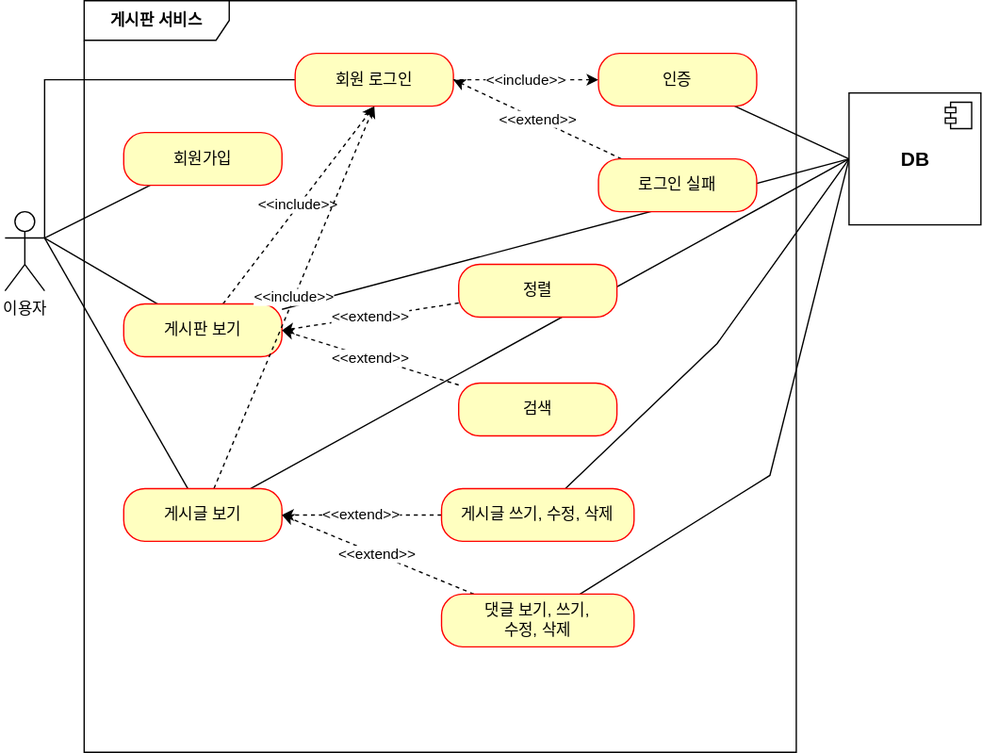
k1064190/fastcampus-project-board keeps this draw.io diagram as document/usecase diagram.drawio.svg. Above is the earlier version. Source tidied: cells renumbered, new cells last; positions are measured from the earlier drawing's top-left corner, leaving out a move shared by most shapes.
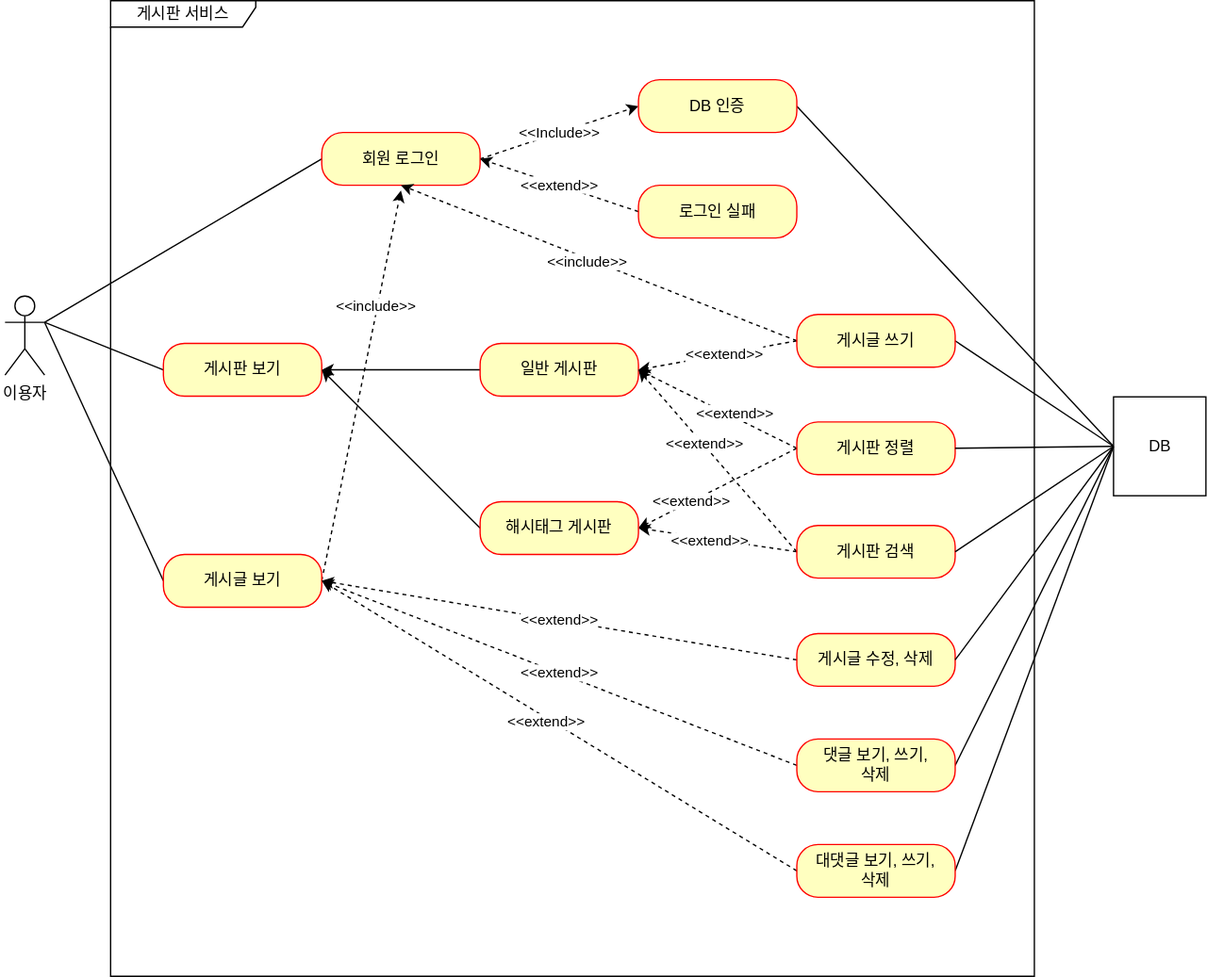
The same file after the commit.

What changed in the source:
```diff
@@ -2,110 +2,165 @@
   <root>
     <mxCell id="0" />
     <mxCell id="1" parent="0" />
-    <mxCell id="2" value="이용자" style="shape=umlActor;verticalLabelPosition=bottom;verticalAlign=top;html=1;outlineConnect=0;" parent="1" vertex="1">
-      <mxGeometry y="160" width="30" height="60" as="geometry" />
+    <mxCell id="2" value="이용자" style="shape=umlActor;verticalLabelPosition=bottom;verticalAlign=top;html=1;" parent="1" vertex="1">
+      <mxGeometry x="-30" y="394" width="30" height="60" as="geometry" />
     </mxCell>
-    <mxCell id="3" value="게시판 서비스" style="shape=umlFrame;whiteSpace=wrap;html=1;width=110;height=30;fontStyle=1;" parent="1" vertex="1">
-      <mxGeometry x="60" width="540" height="570" as="geometry" />
+    <mxCell id="3" value="게시판 서비스" style="shape=umlFrame;whiteSpace=wrap;html=1;width=110;height=20;" parent="1" vertex="1">
+      <mxGeometry x="50" y="170" width="700" height="740" as="geometry" />
     </mxCell>
-    <mxCell id="4" style="rounded=0;jettySize=auto;html=1;entryX=1;entryY=0.3333333333333333;entryDx=0;entryDy=0;entryPerimeter=0;endArrow=none;endFill=0;" parent="1" edge="1" source="5" target="2">
-      <mxGeometry relative="1" as="geometry" />
-    </mxCell>
-    <mxCell id="5" value="회원가입" style="rounded=1;whiteSpace=wrap;html=1;arcSize=40;fontColor=#000000;fillColor=#ffffc0;strokeColor=#ff0000;" parent="1" vertex="1">
-      <mxGeometry x="90" y="100" width="120" height="40" as="geometry" />
-    </mxCell>
+    <mxCell id="33" style="rounded=0;jettySize=auto;html=1;exitX=0;exitY=0.5;exitDx=0;exitDy=0;entryX=1;entryY=0.5;entryDx=0;entryDy=0;" parent="1" edge="1" source="34" target="9">
+      <mxGeometry relative="1" as="geometry" />
+    </mxCell>
+    <mxCell id="34" value="일반 게시판" style="rounded=1;whiteSpace=wrap;html=1;arcSize=40;fontColor=#000000;fillColor=#ffffc0;strokeColor=#ff0000;" parent="1" vertex="1">
+      <mxGeometry x="330" y="430" width="120" height="40" as="geometry" />
+    </mxCell>
-    <mxCell id="6" style="edgeStyle=none;rounded=0;jettySize=auto;html=1;endArrow=none;endFill=0;entryX=1;entryY=0.3333333333333333;entryDx=0;entryDy=0;entryPerimeter=0;" parent="1" edge="1" source="9" target="2">
+    <mxCell id="6" style="edgeStyle=none;rounded=0;jettySize=auto;html=1;exitX=0;exitY=0.5;exitDx=0;exitDy=0;entryX=1;entryY=0.3333333333333333;entryDx=0;entryDy=0;entryPerimeter=0;endArrow=none;endFill=0;" parent="1" edge="1" source="9" target="2">
       <mxGeometry relative="1" as="geometry" />
     </mxCell>
-    <mxCell id="7" value="&amp;lt;&amp;lt;include&amp;gt;&amp;gt;" style="edgeStyle=none;rounded=0;jettySize=auto;html=1;entryX=0.5;entryY=1;entryDx=0;entryDy=0;dashed=1;startArrow=none;startFill=0;endArrow=classic;endFill=1;" parent="1" edge="1" source="9" target="15">
-      <mxGeometry relative="1" as="geometry" />
-    </mxCell>
-    <mxCell id="8" style="edgeStyle=none;rounded=0;jettySize=auto;html=1;entryX=0;entryY=0.5;entryDx=0;entryDy=0;fontSize=15;startArrow=none;startFill=0;endArrow=none;endFill=0;" parent="1" edge="1" source="9" target="31">
-      <mxGeometry relative="1" as="geometry" />
-    </mxCell>
     <mxCell id="9" value="게시판 보기" style="rounded=1;whiteSpace=wrap;html=1;arcSize=40;fontColor=#000000;fillColor=#ffffc0;strokeColor=#ff0000;" parent="1" vertex="1">
-      <mxGeometry x="90" y="230" width="120" height="40" as="geometry" />
+      <mxGeometry x="90" y="430" width="120" height="40" as="geometry" />
     </mxCell>
-    <mxCell id="10" style="edgeStyle=none;rounded=0;jettySize=auto;html=1;endArrow=none;endFill=0;entryX=1;entryY=0.3333333333333333;entryDx=0;entryDy=0;entryPerimeter=0;" parent="1" edge="1" source="13" target="2">
-      <mxGeometry relative="1" as="geometry" />
-    </mxCell>
-    <mxCell id="11" value="&amp;lt;&amp;lt;include&amp;gt;&amp;gt;" style="edgeStyle=none;rounded=0;jettySize=auto;html=1;entryX=0.5;entryY=1;entryDx=0;entryDy=0;dashed=1;startArrow=none;startFill=0;endArrow=classic;endFill=1;" parent="1" edge="1" source="13" target="15">
-      <mxGeometry relative="1" as="geometry" />
-    </mxCell>
-    <mxCell id="12" style="edgeStyle=none;rounded=0;jettySize=auto;html=1;entryX=0;entryY=0.5;entryDx=0;entryDy=0;fontSize=15;startArrow=none;startFill=0;endArrow=none;endFill=0;" parent="1" edge="1" source="13" target="31">
-      <mxGeometry relative="1" as="geometry" />
-    </mxCell>
+    <mxCell id="35" style="edgeStyle=none;rounded=0;jettySize=auto;html=1;exitX=0;exitY=0.5;exitDx=0;exitDy=0;endArrow=none;endFill=0;" parent="1" edge="1" source="13">
+      <mxGeometry relative="1" as="geometry">
+        <mxPoint y="414" as="targetPoint" />
+      </mxGeometry>
+    </mxCell>
+    <mxCell id="36" style="edgeStyle=none;rounded=0;jettySize=auto;html=1;exitX=1;exitY=0.5;exitDx=0;exitDy=0;dashed=1;endArrow=classic;endFill=1;" parent="1" edge="1" source="13">
+      <mxGeometry relative="1" as="geometry">
+        <mxPoint x="270" y="314" as="targetPoint" />
+      </mxGeometry>
+    </mxCell>
+    <mxCell id="37" value="&amp;lt;&amp;lt;include&amp;gt;&amp;gt;" style="edgeLabel;html=1;align=center;verticalAlign=middle;" parent="36" vertex="1">
+      <mxGeometry x="0.41" y="2" relative="1" as="geometry" />
+    </mxCell>
     <mxCell id="13" value="게시글 보기" style="rounded=1;whiteSpace=wrap;html=1;arcSize=40;fontColor=#000000;fillColor=#ffffc0;strokeColor=#ff0000;" parent="1" vertex="1">
-      <mxGeometry x="90" y="370" width="120" height="40" as="geometry" />
+      <mxGeometry x="90" y="590" width="120" height="40" as="geometry" />
     </mxCell>
-    <mxCell id="14" style="edgeStyle=orthogonalEdgeStyle;rounded=0;jettySize=auto;html=1;endArrow=none;endFill=0;" parent="1" edge="1" source="15">
-      <mxGeometry relative="1" as="geometry">
-        <mxPoint x="30" y="180" as="targetPoint" />
-      </mxGeometry>
-    </mxCell>
+    <mxCell id="38" style="edgeStyle=none;rounded=0;jettySize=auto;html=1;exitX=0;exitY=0.5;exitDx=0;exitDy=0;endArrow=none;endFill=0;" parent="1" edge="1" source="15">
+      <mxGeometry relative="1" as="geometry">
+        <mxPoint y="414" as="targetPoint" />
+      </mxGeometry>
+    </mxCell>
+    <mxCell id="39" value="&amp;lt;&amp;lt;Include&amp;gt;&amp;gt;" style="rounded=0;jettySize=auto;html=1;exitX=1;exitY=0.5;exitDx=0;exitDy=0;entryX=0;entryY=0.5;entryDx=0;entryDy=0;dashed=1;" parent="1" edge="1" source="15" target="41">
+      <mxGeometry relative="1" as="geometry" />
+    </mxCell>
     <mxCell id="15" value="회원 로그인" style="rounded=1;whiteSpace=wrap;html=1;arcSize=40;fontColor=#000000;fillColor=#ffffc0;strokeColor=#ff0000;" parent="1" vertex="1">
-      <mxGeometry x="220" y="40" width="120" height="40" as="geometry" />
+      <mxGeometry x="210" y="270" width="120" height="40" as="geometry" />
     </mxCell>
-    <mxCell id="16" value="&amp;lt;&amp;lt;include&amp;gt;&amp;gt;" style="rounded=0;jettySize=auto;html=1;entryX=1;entryY=0.5;entryDx=0;entryDy=0;endArrow=none;endFill=0;dashed=1;startArrow=classic;startFill=1;" parent="1" edge="1" source="18" target="15">
-      <mxGeometry relative="1" as="geometry" />
-    </mxCell>
-    <mxCell id="17" style="edgeStyle=none;rounded=0;jettySize=auto;html=1;fontSize=15;startArrow=none;startFill=0;endArrow=none;endFill=0;entryX=0;entryY=0.5;entryDx=0;entryDy=0;" parent="1" edge="1" source="18" target="31">
-      <mxGeometry relative="1" as="geometry" />
-    </mxCell>
-    <mxCell id="18" value="인증" style="rounded=1;whiteSpace=wrap;html=1;arcSize=40;fontColor=#000000;fillColor=#ffffc0;strokeColor=#ff0000;" parent="1" vertex="1">
-      <mxGeometry x="450" y="40" width="120" height="40" as="geometry" />
-    </mxCell>
+    <mxCell id="40" style="edgeStyle=none;rounded=0;jettySize=auto;html=1;exitX=1;exitY=0.5;exitDx=0;exitDy=0;entryX=0;entryY=0.5;entryDx=0;entryDy=0;endArrow=none;endFill=0;" parent="1" edge="1" source="41" target="31">
+      <mxGeometry relative="1" as="geometry" />
+    </mxCell>
+    <mxCell id="41" value="DB 인증" style="rounded=1;whiteSpace=wrap;html=1;arcSize=40;fontColor=#000000;fillColor=#ffffc0;strokeColor=#ff0000;" parent="1" vertex="1">
+      <mxGeometry x="450" y="230" width="120" height="40" as="geometry" />
+    </mxCell>
-    <mxCell id="19" value="&amp;lt;&amp;lt;extend&amp;gt;&amp;gt;" style="edgeStyle=none;rounded=0;jettySize=auto;html=1;entryX=1;entryY=0.5;entryDx=0;entryDy=0;endArrow=classic;endFill=1;dashed=1;" parent="1" edge="1" source="20" target="15">
+    <mxCell id="19" value="&amp;lt;&amp;lt;extend&amp;gt;&amp;gt;" style="edgeStyle=none;rounded=0;jettySize=auto;html=1;exitX=0;exitY=0.5;exitDx=0;exitDy=0;entryX=1;entryY=0.5;entryDx=0;entryDy=0;endArrow=classic;endFill=1;dashed=1;" parent="1" edge="1" source="20" target="15">
       <mxGeometry relative="1" as="geometry" />
     </mxCell>
     <mxCell id="20" value="로그인 실패" style="rounded=1;whiteSpace=wrap;html=1;arcSize=40;fontColor=#000000;fillColor=#ffffc0;strokeColor=#ff0000;" parent="1" vertex="1">
-      <mxGeometry x="450" y="120" width="120" height="40" as="geometry" />
+      <mxGeometry x="450" y="310" width="120" height="40" as="geometry" />
     </mxCell>
-    <mxCell id="21" value="&amp;lt;&amp;lt;extend&amp;gt;&amp;gt;" style="edgeStyle=none;rounded=0;jettySize=auto;html=1;entryX=1;entryY=0.5;entryDx=0;entryDy=0;dashed=1;startArrow=none;startFill=0;endArrow=classic;endFill=1;" parent="1" edge="1" source="22" target="9">
-      <mxGeometry relative="1" as="geometry" />
-    </mxCell>
-    <mxCell id="22" value="정렬" style="rounded=1;whiteSpace=wrap;html=1;arcSize=40;fontColor=#000000;fillColor=#ffffc0;strokeColor=#ff0000;" parent="1" vertex="1">
-      <mxGeometry x="344" y="200" width="120" height="40" as="geometry" />
-    </mxCell>
-    <mxCell id="23" value="&amp;lt;&amp;lt;extend&amp;gt;&amp;gt;" style="edgeStyle=none;rounded=0;jettySize=auto;html=1;entryX=1;entryY=0.5;entryDx=0;entryDy=0;dashed=1;startArrow=none;startFill=0;endArrow=classic;endFill=1;" parent="1" edge="1" source="24" target="9">
-      <mxGeometry relative="1" as="geometry" />
-    </mxCell>
-    <mxCell id="24" value="검색" style="rounded=1;whiteSpace=wrap;html=1;arcSize=40;fontColor=#000000;fillColor=#ffffc0;strokeColor=#ff0000;" parent="1" vertex="1">
-      <mxGeometry x="344" y="290" width="120" height="40" as="geometry" />
-    </mxCell>
-    <mxCell id="25" value="&amp;lt;&amp;lt;extend&amp;gt;&amp;gt;" style="edgeStyle=none;rounded=0;jettySize=auto;html=1;entryX=1;entryY=0.5;entryDx=0;entryDy=0;dashed=1;startArrow=none;startFill=0;endArrow=classic;endFill=1;" parent="1" edge="1" source="27" target="13">
-      <mxGeometry relative="1" as="geometry" />
-    </mxCell>
-    <mxCell id="26" style="edgeStyle=none;rounded=0;jettySize=auto;html=1;entryX=0;entryY=0.5;entryDx=0;entryDy=0;fontSize=15;startArrow=none;startFill=0;endArrow=none;endFill=0;" parent="1" edge="1" source="27" target="31">
-      <mxGeometry relative="1" as="geometry">
-        <Array as="points">
-          <mxPoint x="540" y="260" />
-        </Array>
-      </mxGeometry>
-    </mxCell>
-    <mxCell id="27" value="게시글 쓰기, 수정, 삭제" style="rounded=1;whiteSpace=wrap;html=1;arcSize=40;fontColor=#000000;fillColor=#ffffc0;strokeColor=#ff0000;" parent="1" vertex="1">
-      <mxGeometry x="331" y="370" width="146" height="40" as="geometry" />
-    </mxCell>
-    <mxCell id="28" value="&amp;lt;&amp;lt;extend&amp;gt;&amp;gt;" style="edgeStyle=none;rounded=0;jettySize=auto;html=1;entryX=1;entryY=0.5;entryDx=0;entryDy=0;dashed=1;startArrow=none;startFill=0;endArrow=classic;endFill=1;" parent="1" edge="1" source="30" target="13">
-      <mxGeometry relative="1" as="geometry" />
-    </mxCell>
-    <mxCell id="29" style="edgeStyle=none;rounded=0;jettySize=auto;html=1;entryX=0;entryY=0.5;entryDx=0;entryDy=0;fontSize=15;startArrow=none;startFill=0;endArrow=none;endFill=0;" parent="1" edge="1" source="30" target="31">
-      <mxGeometry relative="1" as="geometry">
-        <Array as="points">
-          <mxPoint x="580" y="360" />
-        </Array>
-      </mxGeometry>
-    </mxCell>
-    <mxCell id="30" value="댓글 보기, 쓰기,&lt;br&gt;수정, 삭제" style="rounded=1;whiteSpace=wrap;html=1;arcSize=40;fontColor=#000000;fillColor=#ffffc0;strokeColor=#ff0000;" parent="1" vertex="1">
-      <mxGeometry x="331" y="450" width="146" height="40" as="geometry" />
-    </mxCell>
+    <mxCell id="42" style="edgeStyle=none;rounded=0;jettySize=auto;html=1;exitX=0;exitY=0.5;exitDx=0;exitDy=0;entryX=1;entryY=0.5;entryDx=0;entryDy=0;dashed=1;endArrow=classic;endFill=1;" parent="1" edge="1" source="46" target="34">
+      <mxGeometry relative="1" as="geometry" />
+    </mxCell>
+    <mxCell id="43" value="&amp;lt;&amp;lt;extend&amp;gt;&amp;gt;" style="edgeLabel;html=1;align=center;verticalAlign=middle;" parent="42" vertex="1">
+      <mxGeometry x="-0.18" y="-3" relative="1" as="geometry" />
+    </mxCell>
+    <mxCell id="44" style="edgeStyle=none;rounded=0;jettySize=auto;html=1;exitX=0;exitY=0.5;exitDx=0;exitDy=0;entryX=1;entryY=0.5;entryDx=0;entryDy=0;dashed=1;" parent="1" edge="1" source="46" target="63">
+      <mxGeometry relative="1" as="geometry" />
+    </mxCell>
+    <mxCell id="45" value="&amp;lt;&amp;lt;extend&amp;gt;&amp;gt;" style="edgeLabel;html=1;align=center;verticalAlign=middle;" parent="44" vertex="1">
+      <mxGeometry x="0.33" relative="1" as="geometry">
+        <mxPoint x="-1" as="offset" />
+      </mxGeometry>
+    </mxCell>
+    <mxCell id="46" value="게시판 정렬" style="rounded=1;whiteSpace=wrap;html=1;arcSize=40;fontColor=#000000;fillColor=#ffffc0;strokeColor=#ff0000;" parent="1" vertex="1">
+      <mxGeometry x="570" y="489.5" width="120" height="40" as="geometry" />
+    </mxCell>
+    <mxCell id="47" style="edgeStyle=none;rounded=0;jettySize=auto;html=1;exitX=0;exitY=0.5;exitDx=0;exitDy=0;dashed=1;endArrow=classic;endFill=1;entryX=1;entryY=0.5;entryDx=0;entryDy=0;" parent="1" edge="1" source="51" target="34">
+      <mxGeometry relative="1" as="geometry" />
+    </mxCell>
+    <mxCell id="48" value="&amp;lt;&amp;lt;extend&amp;gt;&amp;gt;" style="edgeLabel;html=1;align=center;verticalAlign=middle;" parent="47" vertex="1">
+      <mxGeometry x="0.18" y="-1" relative="1" as="geometry" />
+    </mxCell>
+    <mxCell id="49" style="edgeStyle=none;rounded=0;jettySize=auto;html=1;exitX=0;exitY=0.5;exitDx=0;exitDy=0;entryX=1;entryY=0.5;entryDx=0;entryDy=0;dashed=1;" parent="1" edge="1" source="51" target="63">
+      <mxGeometry relative="1" as="geometry" />
+    </mxCell>
+    <mxCell id="50" value="&amp;lt;&amp;lt;extend&amp;gt;&amp;gt;" style="edgeLabel;html=1;align=center;verticalAlign=middle;" parent="49" vertex="1">
+      <mxGeometry x="0.11" y="2" relative="1" as="geometry">
+        <mxPoint x="1" as="offset" />
+      </mxGeometry>
+    </mxCell>
+    <mxCell id="51" value="게시판 검색" style="rounded=1;whiteSpace=wrap;html=1;arcSize=40;fontColor=#000000;fillColor=#ffffc0;strokeColor=#ff0000;" parent="1" vertex="1">
+      <mxGeometry x="570" y="568" width="120" height="40" as="geometry" />
+    </mxCell>
+    <mxCell id="52" value="&amp;lt;&amp;lt;extend&amp;gt;&amp;gt;" style="edgeStyle=none;rounded=0;jettySize=auto;html=1;exitX=0;exitY=0.5;exitDx=0;exitDy=0;entryX=1;entryY=0.5;entryDx=0;entryDy=0;dashed=1;endArrow=classic;endFill=1;" parent="1" edge="1" source="53" target="13">
+      <mxGeometry relative="1" as="geometry" />
+    </mxCell>
+    <mxCell id="53" value="게시글 수정, 삭제" style="rounded=1;whiteSpace=wrap;html=1;arcSize=40;fontColor=#000000;fillColor=#ffffc0;strokeColor=#ff0000;" parent="1" vertex="1">
+      <mxGeometry x="570" y="650" width="120" height="40" as="geometry" />
+    </mxCell>
+    <mxCell id="54" style="edgeStyle=none;rounded=0;jettySize=auto;html=1;exitX=0;exitY=0.5;exitDx=0;exitDy=0;dashed=1;endArrow=classic;endFill=1;entryX=1;entryY=0.5;entryDx=0;entryDy=0;" parent="1" edge="1" source="57" target="13">
+      <mxGeometry relative="1" as="geometry" />
+    </mxCell>
+    <mxCell id="55" value="&amp;lt;&amp;lt;extend&amp;gt;&amp;gt;" style="edgeLabel;html=1;align=center;verticalAlign=middle;" parent="54" vertex="1">
+      <mxGeometry x="0.01" relative="1" as="geometry" />
+    </mxCell>
+    <mxCell id="56" style="edgeStyle=none;rounded=0;jettySize=auto;html=1;exitX=1;exitY=0.5;exitDx=0;exitDy=0;endArrow=none;endFill=0;entryX=0;entryY=0.5;entryDx=0;entryDy=0;" parent="1" edge="1" source="57" target="31">
+      <mxGeometry relative="1" as="geometry" />
+    </mxCell>
+    <mxCell id="57" value="댓글 보기, 쓰기,&lt;br&gt;삭제" style="rounded=1;whiteSpace=wrap;html=1;arcSize=40;fontColor=#000000;fillColor=#ffffc0;strokeColor=#ff0000;" parent="1" vertex="1">
+      <mxGeometry x="570" y="730" width="120" height="40" as="geometry" />
+    </mxCell>
+    <mxCell id="58" style="edgeStyle=none;rounded=0;jettySize=auto;html=1;exitX=0;exitY=0.5;exitDx=0;exitDy=0;entryX=1;entryY=0.5;entryDx=0;entryDy=0;endArrow=none;endFill=0;" parent="1" edge="1" source="31" target="53">
+      <mxGeometry relative="1" as="geometry" />
+    </mxCell>
+    <mxCell id="59" style="edgeStyle=none;rounded=0;jettySize=auto;html=1;exitX=0;exitY=0.5;exitDx=0;exitDy=0;entryX=1;entryY=0.5;entryDx=0;entryDy=0;endArrow=none;endFill=0;" parent="1" edge="1" source="31" target="51">
+      <mxGeometry relative="1" as="geometry" />
+    </mxCell>
+    <mxCell id="60" style="edgeStyle=none;rounded=0;jettySize=auto;html=1;exitX=0;exitY=0.5;exitDx=0;exitDy=0;entryX=1;entryY=0.5;entryDx=0;entryDy=0;endArrow=none;endFill=0;" parent="1" edge="1" source="31" target="46">
+      <mxGeometry relative="1" as="geometry" />
+    </mxCell>
+    <mxCell id="61" style="edgeStyle=none;rounded=0;jettySize=auto;html=1;exitX=0;exitY=0.5;exitDx=0;exitDy=0;entryX=1;entryY=0.5;entryDx=0;entryDy=0;endArrow=none;endFill=0;" parent="1" edge="1" source="31" target="69">
+      <mxGeometry relative="1" as="geometry" />
+    </mxCell>
-    <mxCell id="31" value="DB" style="html=1;fontStyle=1;fontSize=15;" parent="1" vertex="1">
-      <mxGeometry x="640" y="70" width="100" height="100" as="geometry" />
+    <mxCell id="31" value="DB" style="html=1;" parent="1" vertex="1">
+      <mxGeometry x="810" y="470.5" width="70" height="75" as="geometry" />
     </mxCell>
-    <mxCell id="32" style="shape=module;jettyWidth=8;jettyHeight=4;" parent="31" vertex="1">
-      <mxGeometry x="1" width="20" height="20" relative="1" as="geometry">
-        <mxPoint x="-27" y="7" as="offset" />
-      </mxGeometry>
-    </mxCell>
+    <mxCell id="62" style="jettySize=auto;html=1;exitX=0;exitY=0.5;exitDx=0;exitDy=0;entryX=1;entryY=0.5;entryDx=0;entryDy=0;rounded=0;" parent="1" edge="1" source="63" target="9">
+      <mxGeometry relative="1" as="geometry" />
+    </mxCell>
+    <mxCell id="63" value="해시태그 게시판" style="rounded=1;whiteSpace=wrap;html=1;arcSize=40;fontColor=#000000;fillColor=#ffffc0;strokeColor=#ff0000;" parent="1" vertex="1">
+      <mxGeometry x="330" y="550" width="120" height="40" as="geometry" />
+    </mxCell>
+    <mxCell id="64" style="edgeStyle=none;rounded=0;orthogonalLoop=1;jettySize=auto;html=1;exitX=0;exitY=0.5;exitDx=0;exitDy=0;" parent="1" edge="1" source="51" target="51">
+      <mxGeometry relative="1" as="geometry" />
+    </mxCell>
+    <mxCell id="65" style="edgeStyle=none;rounded=0;jettySize=auto;html=1;exitX=0;exitY=0.5;exitDx=0;exitDy=0;entryX=1;entryY=0.5;entryDx=0;entryDy=0;dashed=1;" parent="1" edge="1" source="69" target="34">
+      <mxGeometry relative="1" as="geometry" />
+    </mxCell>
+    <mxCell id="66" value="&amp;lt;&amp;lt;extend&amp;gt;&amp;gt;" style="edgeLabel;html=1;align=center;verticalAlign=middle;" parent="65" vertex="1">
+      <mxGeometry x="-0.09" y="-1" relative="1" as="geometry" />
+    </mxCell>
+    <mxCell id="67" style="edgeStyle=none;rounded=0;jettySize=auto;html=1;exitX=0;exitY=0.5;exitDx=0;exitDy=0;entryX=0.5;entryY=1;entryDx=0;entryDy=0;endArrow=classic;endFill=1;dashed=1;" parent="1" edge="1" source="69" target="15">
+      <mxGeometry relative="1" as="geometry" />
+    </mxCell>
+    <mxCell id="68" value="&amp;lt;&amp;lt;include&amp;gt;&amp;gt;" style="edgeLabel;html=1;align=center;verticalAlign=middle;" parent="67" vertex="1">
+      <mxGeometry x="0.06" y="2" relative="1" as="geometry" />
+    </mxCell>
+    <mxCell id="69" value="게시글 쓰기" style="rounded=1;whiteSpace=wrap;html=1;arcSize=40;fontColor=#000000;fillColor=#ffffc0;strokeColor=#ff0000;" parent="1" vertex="1">
+      <mxGeometry x="570" y="408" width="120" height="40" as="geometry" />
+    </mxCell>
+    <mxCell id="70" style="edgeStyle=none;rounded=0;jettySize=auto;html=1;exitX=0;exitY=0.5;exitDx=0;exitDy=0;entryX=1;entryY=0.5;entryDx=0;entryDy=0;endArrow=classic;endFill=1;dashed=1;" parent="1" edge="1" source="73" target="13">
+      <mxGeometry relative="1" as="geometry" />
+    </mxCell>
+    <mxCell id="71" value="&amp;lt;&amp;lt;extend&amp;gt;&amp;gt;" style="edgeLabel;html=1;align=center;verticalAlign=middle;" parent="70" vertex="1">
+      <mxGeometry x="0.05" y="3" relative="1" as="geometry" />
+    </mxCell>
+    <mxCell id="72" style="edgeStyle=none;rounded=0;jettySize=auto;html=1;exitX=1;exitY=0.5;exitDx=0;exitDy=0;entryX=0;entryY=0.5;entryDx=0;entryDy=0;endArrow=none;endFill=0;" parent="1" edge="1" source="73" target="31">
+      <mxGeometry relative="1" as="geometry" />
+    </mxCell>
+    <mxCell id="73" value="대댓글 보기, 쓰기,&lt;br&gt;삭제" style="rounded=1;whiteSpace=wrap;html=1;arcSize=40;fontColor=#000000;fillColor=#ffffc0;strokeColor=#ff0000;" parent="1" vertex="1">
+      <mxGeometry x="570" y="810" width="120" height="40" as="geometry" />
+    </mxCell>
   </root>
 </mxGraphModel>
```
